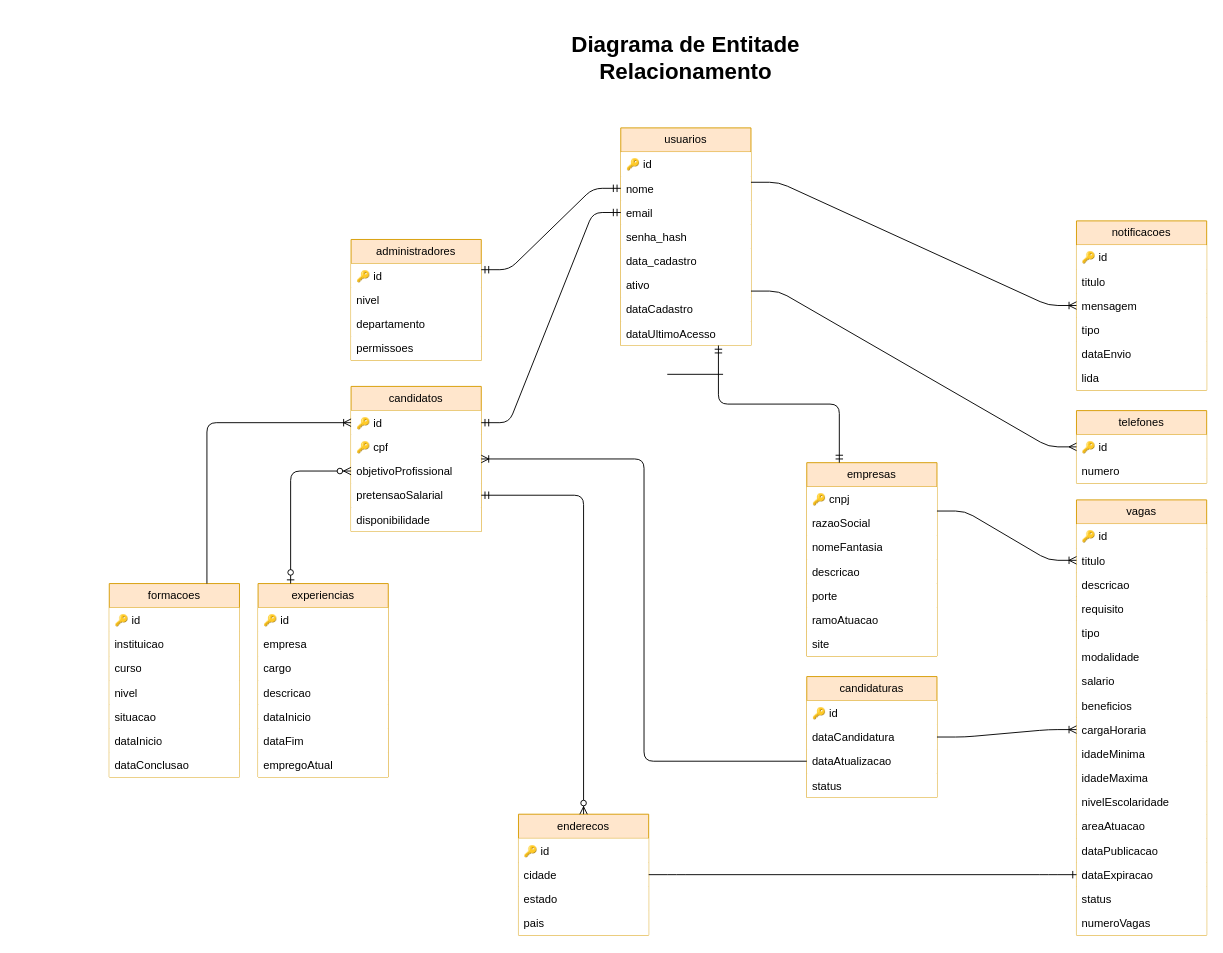
Earlier version of the draw.io diagram page "DER MatchVagas" (1 of 2) of Diagramas/Diagrama Entidade Relacionamento/Diagrama Entidade Relacionamento.dio (MatchVagas/Documentation). Source tidied: cells renumbered, new cells numbered last; positions are measured from the earlier drawing's top-left corner, leaving out a move shared by most shapes. Both pictures are drawn from the tidied source at 93%, with x=0, y=0 at pixel (109, 25).
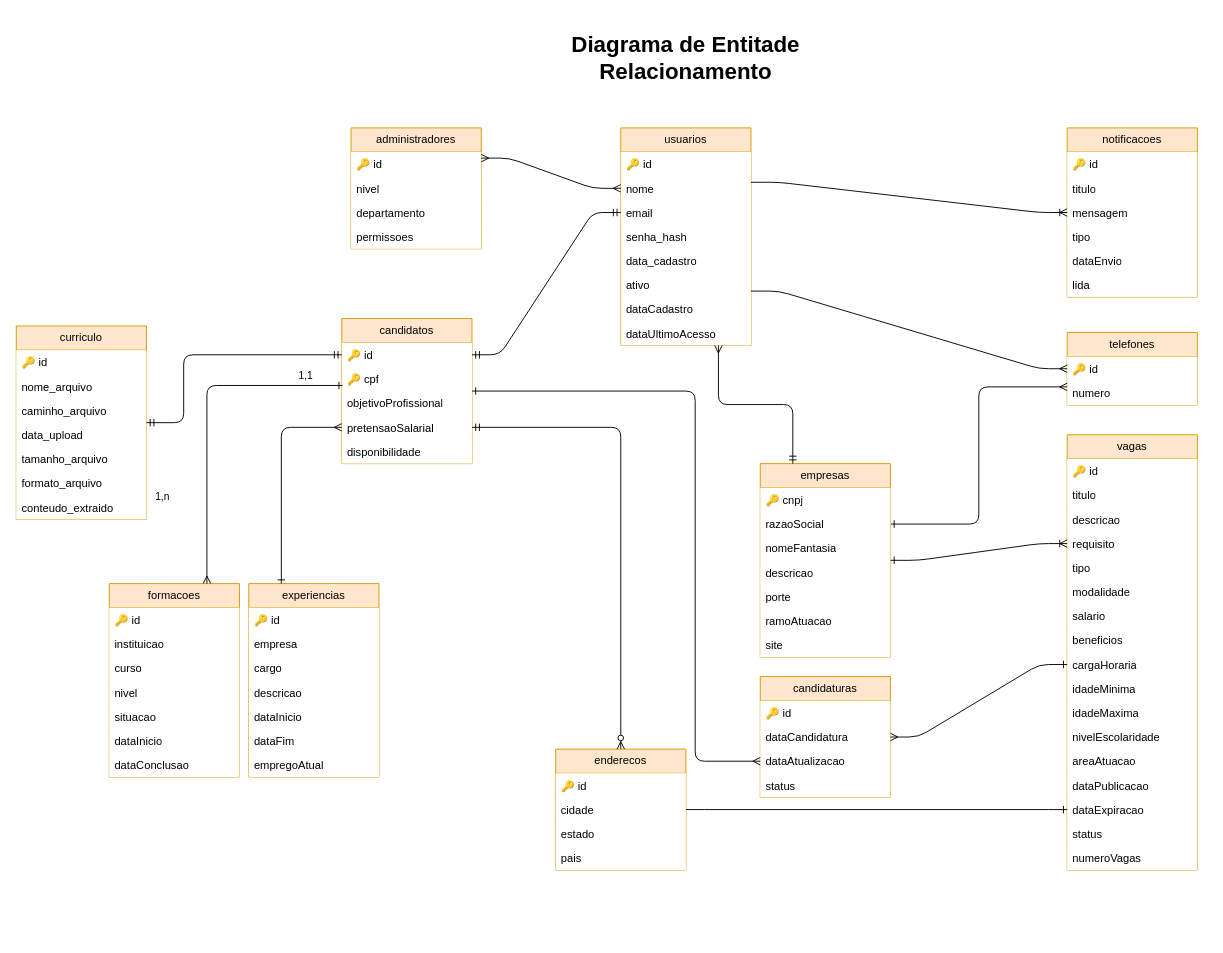
The same diagram, later.

The change refers to these unchanged cells:
```xml
<mxCell id="2" value="usuarios" style="swimlane;fontStyle=0;horizontal=1;startSize=26;fillColor=#ffe6cc;whiteSpace=wrap;html=1;rounded=0;strokeColor=#d79b00;" parent="1" vertex="1">
  <mxGeometry x="550" y="110" width="140" height="234" as="geometry" />
</mxCell>
<mxCell id="4" value="nome" style="text;strokeColor=none;fillColor=default;align=left;verticalAlign=top;spacingLeft=4;spacingRight=4;overflow=hidden;points=[[0,0.5],[1,0.5]];portConstraint=eastwest;whiteSpace=wrap;html=1;" parent="2" vertex="1">
  <mxGeometry y="52" width="140" height="26" as="geometry" />
</mxCell>
<mxCell id="15" value="🔑 id" style="text;align=left;verticalAlign=top;spacingLeft=4;spacingRight=4;overflow=hidden;points=[[0,0.5],[1,0.5]];portConstraint=eastwest;whiteSpace=wrap;html=1;fillColor=default;" parent="14" vertex="1">
  <mxGeometry y="26" width="140" height="26" as="geometry" />
</mxCell>
<mxCell id="16" value="🔑 cpf" style="text;align=left;verticalAlign=top;spacingLeft=4;spacingRight=4;overflow=hidden;points=[[0,0.5],[1,0.5]];portConstraint=eastwest;whiteSpace=wrap;html=1;fillColor=default;" parent="14" vertex="1">
  <mxGeometry y="52" width="140" height="26" as="geometry" />
</mxCell>
<mxCell id="17" value="objetivoProfissional" style="text;strokeColor=none;fillColor=default;align=left;verticalAlign=top;spacingLeft=4;spacingRight=4;overflow=hidden;points=[[0,0.5],[1,0.5]];portConstraint=eastwest;whiteSpace=wrap;html=1;" parent="14" vertex="1">
  <mxGeometry y="78" width="140" height="26" as="geometry" />
</mxCell>
<mxCell id="18" value="pretensaoSalarial" style="text;strokeColor=none;fillColor=default;align=left;verticalAlign=top;spacingLeft=4;spacingRight=4;overflow=hidden;points=[[0,0.5],[1,0.5]];portConstraint=eastwest;whiteSpace=wrap;html=1;" parent="14" vertex="1">
  <mxGeometry y="104" width="140" height="26" as="geometry" />
</mxCell>
<mxCell id="27" value="razaoSocial" style="text;strokeColor=none;fillColor=default;align=left;verticalAlign=top;spacingLeft=4;spacingRight=4;overflow=hidden;points=[[0,0.5],[1,0.5]];portConstraint=eastwest;whiteSpace=wrap;html=1;" parent="25" vertex="1">
  <mxGeometry y="52" width="140" height="26" as="geometry" />
</mxCell>
<mxCell id="35" value="titulo" style="text;strokeColor=none;fillColor=default;align=left;verticalAlign=top;spacingLeft=4;spacingRight=4;overflow=hidden;points=[[0,0.5],[1,0.5]];portConstraint=eastwest;whiteSpace=wrap;html=1;" parent="33" vertex="1">
  <mxGeometry y="52" width="140" height="26" as="geometry" />
</mxCell>
<mxCell id="37" value="requisito" style="text;strokeColor=none;fillColor=default;align=left;verticalAlign=top;spacingLeft=4;spacingRight=4;overflow=hidden;points=[[0,0.5],[1,0.5]];portConstraint=eastwest;whiteSpace=wrap;html=1;" parent="33" vertex="1">
  <mxGeometry y="104" width="140" height="26" as="geometry" />
</mxCell>
<mxCell id="42" value="cargaHoraria" style="text;strokeColor=none;fillColor=default;align=left;verticalAlign=top;spacingLeft=4;spacingRight=4;overflow=hidden;points=[[0,0.5],[1,0.5]];portConstraint=eastwest;whiteSpace=wrap;html=1;" parent="33" vertex="1">
  <mxGeometry y="234" width="140" height="26" as="geometry" />
</mxCell>
<mxCell id="56" value="formacoes" style="swimlane;fontStyle=0;horizontal=1;startSize=26;fillColor=#ffe6cc;whiteSpace=wrap;html=1;rounded=0;strokeColor=#d79b00;" parent="1" vertex="1">
  <mxGeometry y="600" width="140" height="208" as="geometry" />
</mxCell>
<mxCell id="75" value="dataAtualizacao" style="text;strokeColor=none;fillColor=default;align=left;verticalAlign=top;spacingLeft=4;spacingRight=4;overflow=hidden;points=[[0,0.5],[1,0.5]];portConstraint=eastwest;whiteSpace=wrap;html=1;" parent="72" vertex="1">
  <mxGeometry y="78" width="140" height="26" as="geometry" />
</mxCell>
```

The edit, as a diff of the source:
```diff
@@
     <mxCell id="11" value="telefones" style="swimlane;fontStyle=0;horizontal=1;startSize=26;fillColor=#ffe6cc;whiteSpace=wrap;html=1;strokeColor=#d79b00;" parent="1" vertex="1">
-      <mxGeometry x="1040" y="414" width="140" height="78" as="geometry" />
+      <mxGeometry x="1030" y="330" width="140" height="78" as="geometry" />
     </mxCell>
@@
     <mxCell id="14" value="candidatos" style="swimlane;fontStyle=0;horizontal=1;startSize=26;fillColor=#ffe6cc;whiteSpace=wrap;html=1;rounded=0;strokeColor=#d79b00;" parent="1" vertex="1">
-      <mxGeometry x="260" y="388" width="140" height="156" as="geometry" />
+      <mxGeometry x="250" y="315" width="140" height="156" as="geometry" />
     </mxCell>
@@
     <mxCell id="20" value="enderecos" style="swimlane;fontStyle=0;horizontal=1;startSize=26;fillColor=#ffe6cc;whiteSpace=wrap;html=1;rounded=0;strokeColor=#d79b00;" parent="1" vertex="1">
-      <mxGeometry x="440" y="848" width="140" height="130" as="geometry" />
+      <mxGeometry x="480" y="778" width="140" height="130" as="geometry" />
     </mxCell>
@@
+    <mxCell id="98" style="edgeStyle=orthogonalEdgeStyle;html=1;entryX=0;entryY=0.75;entryDx=0;entryDy=0;endArrow=ERmany;endFill=0;startArrow=ERone;startFill=0;exitX=1;exitY=0.5;exitDx=0;exitDy=0;" parent="1" edge="1" source="27" target="11">
+      <mxGeometry relative="1" as="geometry" />
+    </mxCell>
     <mxCell id="25" value="empresas" style="swimlane;fontStyle=0;horizontal=1;startSize=26;fillColor=#ffe6cc;whiteSpace=wrap;html=1;rounded=0;strokeColor=#d79b00;" parent="1" vertex="1">
-      <mxGeometry x="750" y="470" width="140" height="208" as="geometry" />
+      <mxGeometry x="700" y="471" width="140" height="208" as="geometry" />
     </mxCell>
@@
     <mxCell id="33" value="vagas" style="swimlane;fontStyle=0;horizontal=1;startSize=26;fillColor=#ffe6cc;whiteSpace=wrap;html=1;rounded=0;strokeColor=#d79b00;" parent="1" vertex="1">
-      <mxGeometry x="1040" y="510" width="140" height="468" as="geometry" />
+      <mxGeometry x="1030" y="440" width="140" height="468" as="geometry" />
     </mxCell>
@@
     <mxCell id="51" value="administradores" style="swimlane;fontStyle=0;horizontal=1;startSize=26;fillColor=#ffe6cc;whiteSpace=wrap;html=1;rounded=0;strokeColor=#d79b00;" parent="1" vertex="1">
-      <mxGeometry x="260" y="230" width="140" height="130" as="geometry" />
+      <mxGeometry x="260" y="110" width="140" height="130" as="geometry" />
     </mxCell>
@@
     <mxCell id="64" value="experiencias" style="swimlane;fontStyle=0;horizontal=1;startSize=26;fillColor=#ffe6cc;whiteSpace=wrap;html=1;rounded=0;strokeColor=#d79b00;" parent="1" vertex="1">
-      <mxGeometry x="160" y="600" width="140" height="208" as="geometry" />
+      <mxGeometry x="150" y="600" width="140" height="208" as="geometry" />
     </mxCell>
@@
     <mxCell id="72" value="candidaturas" style="swimlane;fontStyle=0;horizontal=1;startSize=26;fillColor=#ffe6cc;whiteSpace=wrap;html=1;rounded=0;strokeColor=#d79b00;" parent="1" vertex="1">
-      <mxGeometry x="750" y="700" width="140" height="130" as="geometry" />
+      <mxGeometry x="700" y="700" width="140" height="130" as="geometry" />
     </mxCell>
@@
     <mxCell id="77" value="notificacoes" style="swimlane;fontStyle=0;horizontal=1;startSize=26;fillColor=#ffe6cc;whiteSpace=wrap;html=1;rounded=0;strokeColor=#d79b00;" parent="1" vertex="1">
-      <mxGeometry x="1040" y="210" width="140" height="182" as="geometry" />
+      <mxGeometry x="1030" y="110" width="140" height="182" as="geometry" />
     </mxCell>
@@
     <mxCell id="86" style="edgeStyle=orthogonalEdgeStyle;fontSize=12;html=1;endArrow=ERzeroToMany;startArrow=ERmandOne;exitX=1;exitY=0.75;exitDx=0;exitDy=0;" parent="1" edge="1" source="14" target="20">
-      <mxGeometry relative="1" as="geometry" />
+      <mxGeometry relative="1" as="geometry">
+        <Array as="points">
+          <mxPoint x="550" y="432" />
+        </Array>
+      </mxGeometry>
     </mxCell>
-    <mxCell id="87" style="edgeStyle=entityRelationEdgeStyle;fontSize=12;html=1;endArrow=ERmandOne;startArrow=ERmandOne;entryX=0;entryY=0.5;entryDx=0;entryDy=0;exitX=1;exitY=0.25;exitDx=0;exitDy=0;" parent="1" edge="1" source="51" target="4">
+    <mxCell id="87" style="edgeStyle=entityRelationEdgeStyle;fontSize=12;html=1;endArrow=ERmany;startArrow=ERmany;entryX=0;entryY=0.5;entryDx=0;entryDy=0;exitX=1;exitY=0.25;exitDx=0;exitDy=0;startFill=0;endFill=0;" parent="1" edge="1" source="51" target="4">
       <mxGeometry relative="1" as="geometry" />
     </mxCell>
@@
-    <mxCell id="89" style="edgeStyle=orthogonalEdgeStyle;fontSize=12;html=1;endArrow=ERoneToMany;exitX=0.75;exitY=0;exitDx=0;exitDy=0;entryX=0;entryY=0.5;entryDx=0;entryDy=0;" parent="1" edge="1" source="56" target="15">
+    <mxCell id="89" style="edgeStyle=orthogonalEdgeStyle;fontSize=12;html=1;endArrow=ERone;exitX=0.75;exitY=0;exitDx=0;exitDy=0;entryX=0.007;entryY=0.769;entryDx=0;entryDy=0;startArrow=ERmany;startFill=0;endFill=0;entryPerimeter=0;" parent="1" edge="1" source="56" target="16">
       <mxGeometry relative="1" as="geometry" />
     </mxCell>
+    <mxCell id="99" value="1,n" style="edgeLabel;html=1;align=center;verticalAlign=middle;" parent="89" vertex="1">
+      <mxGeometry x="0.25" y="-3" relative="1" as="geometry">
+        <mxPoint x="-60" y="117" as="offset" />
+      </mxGeometry>
+    </mxCell>
+    <mxCell id="100" value="1,1" style="edgeLabel;html=1;align=center;verticalAlign=middle;" parent="89" vertex="1">
+      <mxGeometry x="0.34" y="-3" relative="1" as="geometry">
+        <mxPoint x="77" y="-13" as="offset" />
+      </mxGeometry>
+    </mxCell>
-    <mxCell id="90" style="edgeStyle=orthogonalEdgeStyle;fontSize=12;html=1;endArrow=ERzeroToMany;startArrow=ERzeroToOne;entryX=0;entryY=0.5;entryDx=0;entryDy=0;exitX=0.25;exitY=0;exitDx=0;exitDy=0;" parent="1" edge="1" source="64" target="17">
+    <mxCell id="90" style="edgeStyle=orthogonalEdgeStyle;fontSize=12;html=1;endArrow=ERmany;startArrow=ERone;entryX=0;entryY=0.5;entryDx=0;entryDy=0;exitX=0.25;exitY=0;exitDx=0;exitDy=0;endFill=0;startFill=0;" parent="1" edge="1" source="64" target="18">
       <mxGeometry relative="1" as="geometry" />
     </mxCell>
-    <mxCell id="91" style="edgeStyle=orthogonalEdgeStyle;fontSize=12;html=1;endArrow=ERoneToMany;entryX=1;entryY=0.5;entryDx=0;entryDy=0;exitX=0;exitY=0.5;exitDx=0;exitDy=0;" parent="1" edge="1" source="75" target="14">
-      <mxGeometry relative="1" as="geometry" />
+    <mxCell id="91" style="edgeStyle=orthogonalEdgeStyle;fontSize=12;html=1;endArrow=ERone;entryX=1;entryY=0.5;entryDx=0;entryDy=0;exitX=0;exitY=0.5;exitDx=0;exitDy=0;startArrow=ERmany;startFill=0;endFill=0;" parent="1" edge="1" source="75" target="14">
+      <mxGeometry relative="1" as="geometry">
+        <Array as="points">
+          <mxPoint x="630" y="791" />
+          <mxPoint x="630" y="393" />
+        </Array>
+      </mxGeometry>
     </mxCell>
-    <mxCell id="92" style="edgeStyle=orthogonalEdgeStyle;fontSize=12;html=1;endArrow=ERmandOne;startArrow=ERmandOne;entryX=0.75;entryY=1;entryDx=0;entryDy=0;exitX=0.25;exitY=0;exitDx=0;exitDy=0;" parent="1" edge="1" source="25" target="2">
+    <mxCell id="92" style="edgeStyle=orthogonalEdgeStyle;fontSize=12;html=1;endArrow=ERmany;startArrow=ERmandOne;entryX=0.75;entryY=1;entryDx=0;entryDy=0;exitX=0.25;exitY=0;exitDx=0;exitDy=0;startFill=0;endFill=0;" parent="1" edge="1" source="25" target="2">
       <mxGeometry relative="1" as="geometry" />
     </mxCell>
-    <mxCell id="93" style="edgeStyle=entityRelationEdgeStyle;fontSize=12;html=1;endArrow=ERoneToMany;exitX=1;exitY=0.25;exitDx=0;exitDy=0;entryX=0;entryY=0.5;entryDx=0;entryDy=0;" parent="1" edge="1" source="25" target="35">
+    <mxCell id="93" style="edgeStyle=entityRelationEdgeStyle;fontSize=12;html=1;endArrow=ERoneToMany;exitX=1;exitY=0.5;exitDx=0;exitDy=0;entryX=0;entryY=0.5;entryDx=0;entryDy=0;startArrow=ERone;startFill=0;" parent="1" edge="1" source="25" target="37">
       <mxGeometry relative="1" as="geometry" />
     </mxCell>
@@
-    <mxCell id="95" style="edgeStyle=entityRelationEdgeStyle;fontSize=12;html=1;endArrow=ERoneToMany;exitX=1;exitY=0.5;exitDx=0;exitDy=0;entryX=0;entryY=0.5;entryDx=0;entryDy=0;" parent="1" edge="1" source="72" target="42">
+    <mxCell id="95" style="edgeStyle=entityRelationEdgeStyle;fontSize=12;html=1;endArrow=ERone;exitX=1;exitY=0.5;exitDx=0;exitDy=0;entryX=0;entryY=0.5;entryDx=0;entryDy=0;startArrow=ERmany;startFill=0;endFill=0;" parent="1" edge="1" source="72" target="42">
       <mxGeometry relative="1" as="geometry" />
     </mxCell>
@@
-    <mxCell id="97" style="line;strokeWidth=1;dashed=0;labelPosition=right;align=left;verticalAlign=middle;spacingTop=0;spacingLeft=6;" parent="1" vertex="1">
-      <mxGeometry x="600" y="370" width="60" height="10" as="geometry" />
-    </mxCell>
+    <mxCell id="101" value="curriculo" style="swimlane;fontStyle=0;horizontal=1;startSize=26;fillColor=#ffe6cc;whiteSpace=wrap;html=1;rounded=0;strokeColor=#d79b00;" parent="1" vertex="1">
+      <mxGeometry x="-100" y="323" width="140" height="208" as="geometry" />
+    </mxCell>
+    <mxCell id="102" value="🔑 id" style="text;align=left;verticalAlign=top;spacingLeft=4;spacingRight=4;overflow=hidden;whiteSpace=wrap;html=1;fillColor=default;" parent="101" vertex="1">
+      <mxGeometry y="26" width="140" height="26" as="geometry" />
+    </mxCell>
+    <mxCell id="103" value="nome_arquivo" style="text;strokeColor=none;fillColor=default;align=left;verticalAlign=top;spacingLeft=4;spacingRight=4;overflow=hidden;whiteSpace=wrap;html=1;" parent="101" vertex="1">
+      <mxGeometry y="52" width="140" height="26" as="geometry" />
+    </mxCell>
+    <mxCell id="104" value="caminho_arquivo" style="text;strokeColor=none;fillColor=default;align=left;verticalAlign=top;spacingLeft=4;spacingRight=4;overflow=hidden;whiteSpace=wrap;html=1;" parent="101" vertex="1">
+      <mxGeometry y="78" width="140" height="26" as="geometry" />
+    </mxCell>
+    <mxCell id="105" value="data_upload" style="text;strokeColor=none;fillColor=default;align=left;verticalAlign=top;spacingLeft=4;spacingRight=4;overflow=hidden;whiteSpace=wrap;html=1;" parent="101" vertex="1">
+      <mxGeometry y="104" width="140" height="26" as="geometry" />
+    </mxCell>
+    <mxCell id="106" value="tamanho_arquivo" style="text;strokeColor=none;fillColor=default;align=left;verticalAlign=top;spacingLeft=4;spacingRight=4;overflow=hidden;whiteSpace=wrap;html=1;" parent="101" vertex="1">
+      <mxGeometry y="130" width="140" height="26" as="geometry" />
+    </mxCell>
+    <mxCell id="107" value="formato_arquivo" style="text;strokeColor=none;fillColor=default;align=left;verticalAlign=top;spacingLeft=4;spacingRight=4;overflow=hidden;whiteSpace=wrap;html=1;" parent="101" vertex="1">
+      <mxGeometry y="156" width="140" height="26" as="geometry" />
+    </mxCell>
+    <mxCell id="108" value="conteudo_extraido" style="text;strokeColor=none;fillColor=default;align=left;verticalAlign=top;spacingLeft=4;spacingRight=4;overflow=hidden;whiteSpace=wrap;html=1;" parent="101" vertex="1">
+      <mxGeometry y="182" width="140" height="26" as="geometry" />
+    </mxCell>
+    <mxCell id="109" style="edgeStyle=orthogonalEdgeStyle;fontSize=12;html=1;endArrow=ERmandOne;startArrow=ERmandOne;entryX=0;entryY=0.25;entryDx=0;entryDy=0;" parent="1" edge="1" source="101" target="14">
+      <mxGeometry relative="1" as="geometry">
+        <Array as="points">
+          <mxPoint x="80" y="427" />
+          <mxPoint x="80" y="354" />
+        </Array>
+      </mxGeometry>
+    </mxCell>
```
